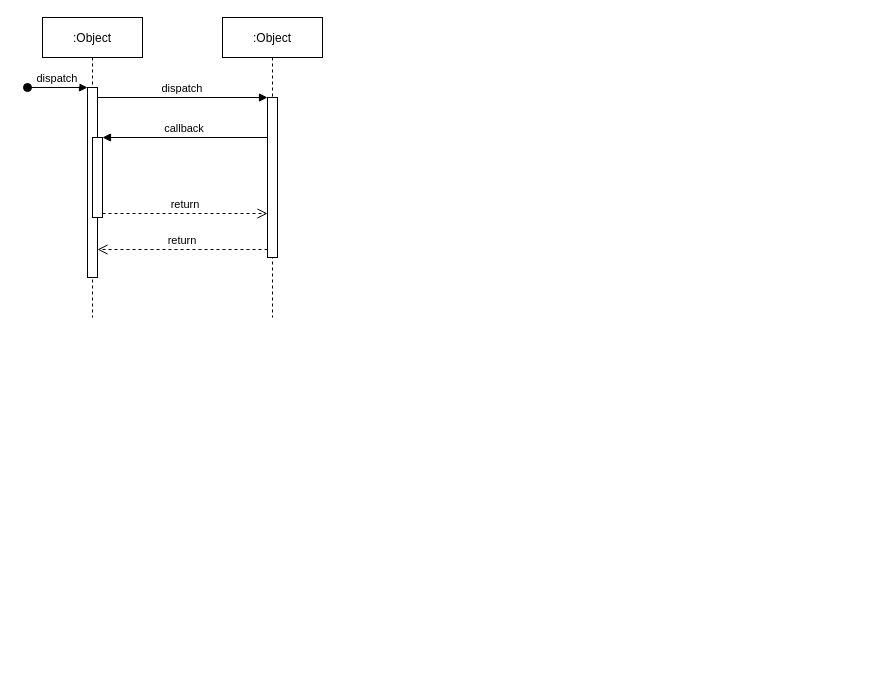
Before: Untitled Diagram.drawio in nguyenlekhtn/Ruby-Chess-Game, a draw.io diagram. Source tidied: cells renumbered, new cells numbered last; positions are measured from the earlier drawing's top-left corner, leaving out a move shared by most shapes. Both pictures are drawn from the tidied source at 100%, with x=0, y=0 at pixel (27, 17).
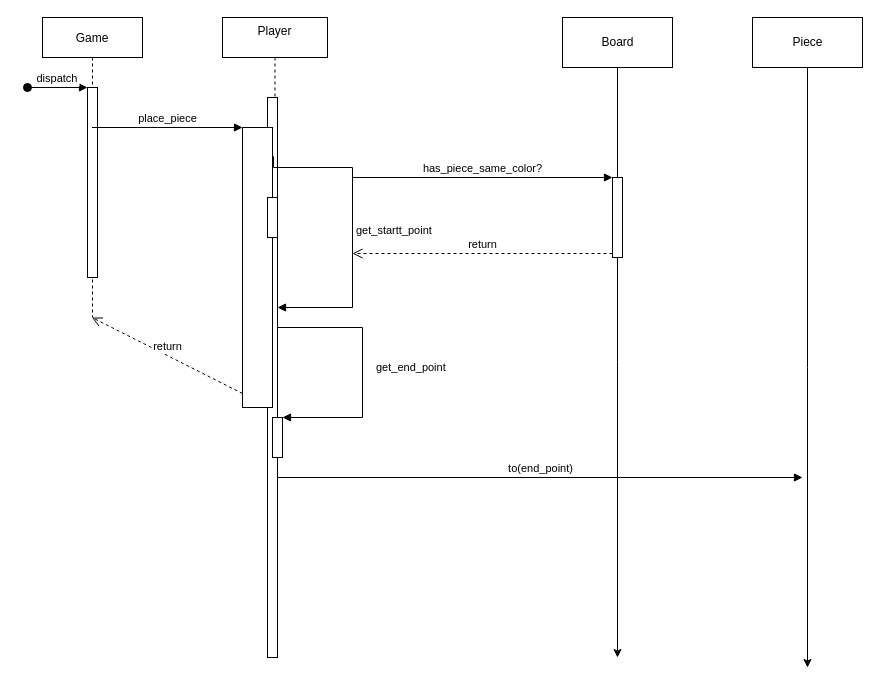
Above is the later version.

Unchanged cells that the change refers to:
```xml
<mxCell id="3" style="points=[];perimeter=orthogonalPerimeter;rounded=0;shadow=0;strokeWidth=1;" parent="2" vertex="1">
  <mxGeometry x="45" y="70" width="10" height="190" as="geometry" />
</mxCell>
```

Diff of the diagram source:
```diff
@@
-    <mxCell id="2" value=":Object" style="shape=umlLifeline;perimeter=lifelinePerimeter;rounded=0;shadow=0;strokeWidth=1;" parent="1" vertex="1">
+    <mxCell id="2" value="Game" style="shape=umlLifeline;perimeter=lifelinePerimeter;rounded=0;shadow=0;strokeWidth=1;" parent="1" vertex="1">
       <mxGeometry x="15" width="100" height="300" as="geometry" />
     </mxCell>
@@
-    <mxCell id="5" style="points=[];perimeter=orthogonalPerimeter;rounded=0;shadow=0;strokeWidth=1;" parent="2" vertex="1">
-      <mxGeometry x="50" y="120" width="10" height="80" as="geometry" />
-    </mxCell>
-    <mxCell id="6" value=":Object" style="shape=umlLifeline;perimeter=lifelinePerimeter;rounded=0;shadow=0;strokeWidth=1;" parent="1" vertex="1">
-      <mxGeometry x="195" width="100" height="300" as="geometry" />
+    <mxCell id="6" value="Player&#10;" style="shape=umlLifeline;perimeter=lifelinePerimeter;rounded=0;shadow=0;strokeWidth=1;" parent="1" vertex="1">
+      <mxGeometry x="195" width="105" height="640" as="geometry" />
     </mxCell>
     <mxCell id="7" style="points=[];perimeter=orthogonalPerimeter;rounded=0;shadow=0;strokeWidth=1;" parent="6" vertex="1">
-      <mxGeometry x="45" y="80" width="10" height="160" as="geometry" />
+      <mxGeometry x="45" y="80" width="10" height="560" as="geometry" />
     </mxCell>
-    <mxCell id="8" value="return" style="verticalAlign=bottom;endArrow=open;dashed=1;endSize=8;exitX=0;exitY=0.95;shadow=0;strokeWidth=1;" parent="1" edge="1" source="7" target="3">
-      <mxGeometry relative="1" as="geometry" />
-    </mxCell>
-    <mxCell id="9" value="dispatch" style="verticalAlign=bottom;endArrow=block;entryX=0;entryY=0;shadow=0;strokeWidth=1;" parent="1" edge="1" source="3" target="7">
-      <mxGeometry relative="1" as="geometry" />
-    </mxCell>
-    <mxCell id="10" value="callback" style="verticalAlign=bottom;endArrow=block;entryX=1;entryY=0;shadow=0;strokeWidth=1;" parent="1" edge="1" source="7" target="5">
-      <mxGeometry relative="1" as="geometry" />
-    </mxCell>
-    <mxCell id="11" value="return" style="verticalAlign=bottom;endArrow=open;dashed=1;endSize=8;exitX=1;exitY=0.95;shadow=0;strokeWidth=1;" parent="1" edge="1" source="5" target="7">
-      <mxGeometry relative="1" as="geometry" />
-    </mxCell>
+    <mxCell id="12" style="html=1;points=[];perimeter=orthogonalPerimeter;" parent="6" vertex="1">
+      <mxGeometry x="20" y="110" width="30" height="280" as="geometry" />
+    </mxCell>
+    <mxCell id="13" style="html=1;perimeter=orthogonalPerimeter;" parent="6" vertex="1">
+      <mxGeometry x="45" y="180" width="10" height="40" as="geometry" />
+    </mxCell>
+    <mxCell id="14" value="get_startt_point" style="edgeStyle=orthogonalEdgeStyle;html=1;align=left;spacingLeft=2;endArrow=block;rounded=0;exitX=0.486;exitY=0.217;exitDx=0;exitDy=0;exitPerimeter=0;" parent="6" edge="1" source="6" target="7">
+      <mxGeometry relative="1" as="geometry">
+        <Array as="points">
+          <mxPoint x="51" y="150" />
+          <mxPoint x="130" y="150" />
+          <mxPoint x="130" y="290" />
+        </Array>
+      </mxGeometry>
+    </mxCell>
+    <mxCell id="15" style="html=1;points=[];perimeter=orthogonalPerimeter;" parent="6" vertex="1">
+      <mxGeometry x="50" y="400" width="10" height="40" as="geometry" />
+    </mxCell>
+    <mxCell id="16" value="get_end_point" style="edgeStyle=orthogonalEdgeStyle;html=1;align=left;spacingLeft=2;endArrow=block;rounded=0;entryX=1;entryY=0;" parent="6" edge="1" target="15">
+      <mxGeometry x="0.2" y="10" relative="1" as="geometry">
+        <mxPoint x="55" y="380" as="sourcePoint" />
+        <Array as="points">
+          <mxPoint x="55" y="310" />
+          <mxPoint x="140" y="310" />
+          <mxPoint x="140" y="400" />
+        </Array>
+      </mxGeometry>
+    </mxCell>
+    <mxCell id="17" value="place_piece" style="html=1;verticalAlign=bottom;endArrow=block;entryX=0;entryY=0;rounded=0;" parent="1" edge="1" source="2" target="12">
+      <mxGeometry relative="1" as="geometry" />
+    </mxCell>
+    <mxCell id="18" value="return" style="html=1;verticalAlign=bottom;endArrow=open;dashed=1;endSize=8;exitX=0;exitY=0.95;rounded=0;" parent="1" edge="1" source="12" target="2">
+      <mxGeometry relative="1" as="geometry" />
+    </mxCell>
+    <mxCell id="19" style="edgeStyle=orthogonalEdgeStyle;rounded=0;jettySize=auto;html=1;" parent="1" edge="1" source="20">
+      <mxGeometry relative="1" as="geometry">
+        <mxPoint x="590" y="640" as="targetPoint" />
+      </mxGeometry>
+    </mxCell>
+    <mxCell id="20" value="Board" style="html=1;" parent="1" vertex="1">
+      <mxGeometry x="535" width="110" height="50" as="geometry" />
+    </mxCell>
+    <mxCell id="21" style="html=1;points=[];perimeter=orthogonalPerimeter;" parent="1" vertex="1">
+      <mxGeometry x="585" y="160" width="10" height="80" as="geometry" />
+    </mxCell>
+    <mxCell id="22" value="has_piece_same_color?" style="html=1;verticalAlign=bottom;endArrow=block;entryX=0;entryY=0;rounded=0;" parent="1" edge="1" target="21">
+      <mxGeometry relative="1" as="geometry">
+        <mxPoint x="325" y="160" as="sourcePoint" />
+      </mxGeometry>
+    </mxCell>
+    <mxCell id="23" value="return" style="html=1;verticalAlign=bottom;endArrow=open;dashed=1;endSize=8;exitX=0;exitY=0.95;rounded=0;" parent="1" edge="1" source="21">
+      <mxGeometry relative="1" as="geometry">
+        <mxPoint x="325" y="236" as="targetPoint" />
+      </mxGeometry>
+    </mxCell>
+    <mxCell id="24" style="edgeStyle=orthogonalEdgeStyle;rounded=0;jettySize=auto;html=1;" parent="1" edge="1" source="25">
+      <mxGeometry relative="1" as="geometry">
+        <mxPoint x="780" y="650" as="targetPoint" />
+      </mxGeometry>
+    </mxCell>
+    <mxCell id="25" value="Piece" style="html=1;" parent="1" vertex="1">
+      <mxGeometry x="725" width="110" height="50" as="geometry" />
+    </mxCell>
+    <mxCell id="26" value="to(end_point)" style="html=1;verticalAlign=bottom;endArrow=block;rounded=0;" parent="1" edge="1">
+      <mxGeometry relative="1" as="geometry">
+        <mxPoint x="250" y="460" as="sourcePoint" />
+        <mxPoint x="775" y="460" as="targetPoint" />
+      </mxGeometry>
+    </mxCell>
```
